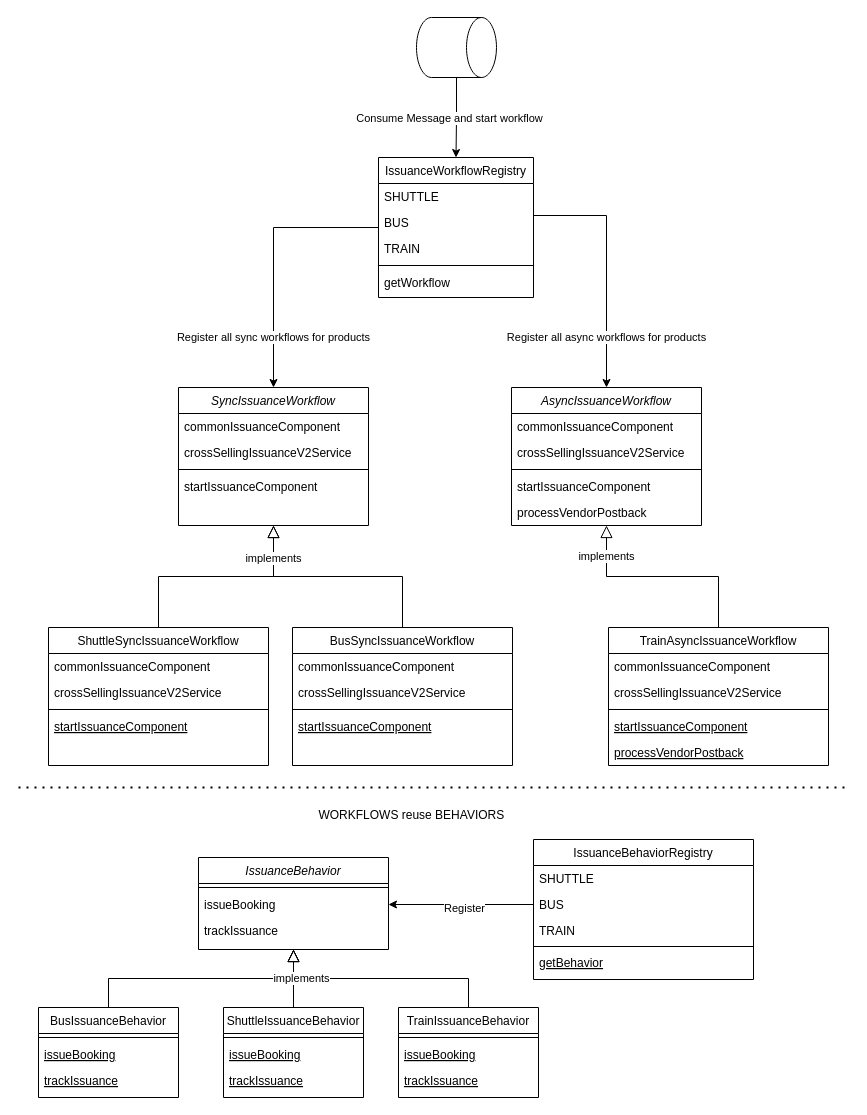
Before: gtr multi-product.drawio in geekyme/architecture, a draw.io diagram. Source tidied: cells renumbered, new cells numbered last; positions are measured from the earlier drawing's top-left corner, leaving out a move shared by most shapes. Both pictures are drawn from the tidied source at 100%, with x=0, y=0 at pixel (18, 7).
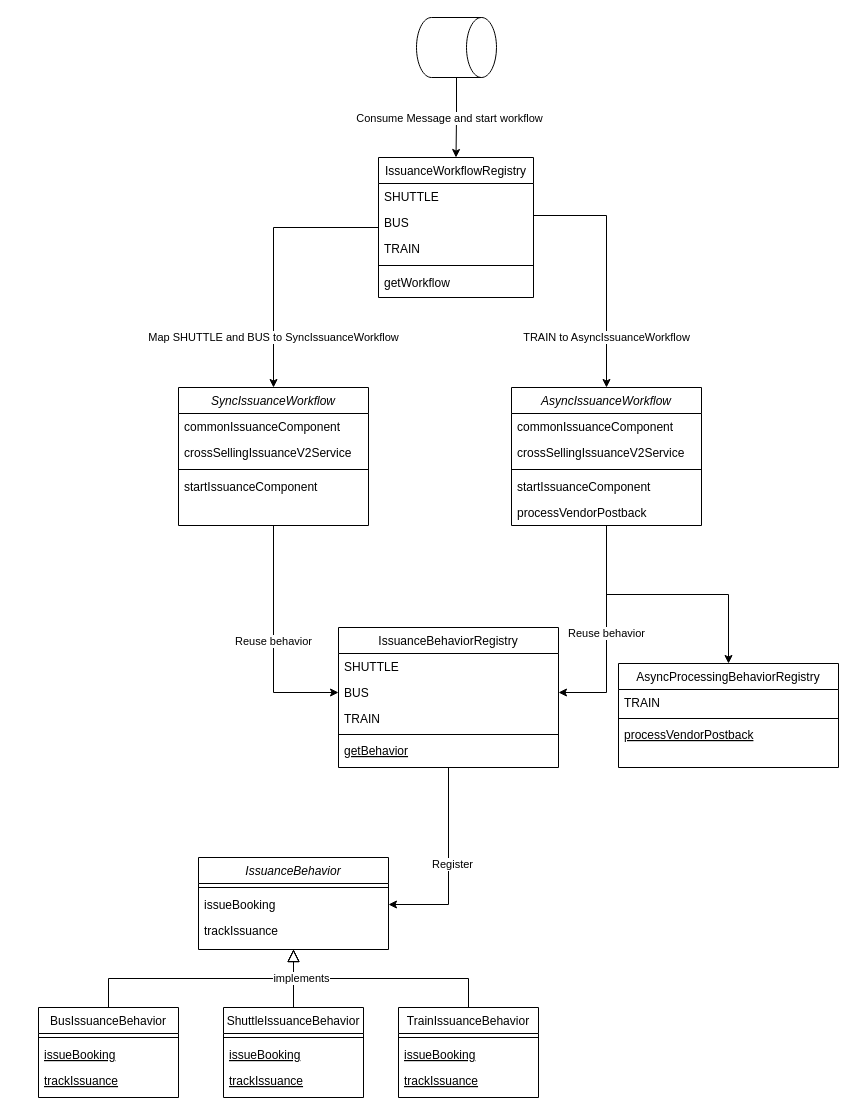
After the change.

The change refers to these unchanged cells:
```xml
<mxCell id="6" value="SyncIssuanceWorkflow" style="swimlane;fontStyle=2;align=center;verticalAlign=top;horizontal=1;startSize=26;rounded=0;shadow=0;strokeWidth=1;" parent="1" vertex="1">
  <mxGeometry x="160" y="380" width="190" height="138" as="geometry" />
</mxCell>
<mxCell id="24" value="AsyncIssuanceWorkflow" style="swimlane;fontStyle=2;align=center;verticalAlign=top;horizontal=1;startSize=26;rounded=0;shadow=0;strokeWidth=1;" parent="1" vertex="1">
  <mxGeometry x="493" y="380" width="190" height="138" as="geometry" />
</mxCell>
<mxCell id="36" value="IssuanceWorkflowRegistry" style="swimlane;fontStyle=0;align=center;verticalAlign=top;horizontal=1;startSize=26;rounded=0;shadow=0;strokeWidth=1;" parent="1" vertex="1">
  <mxGeometry x="360" y="150" width="155" height="140" as="geometry" />
</mxCell>
<mxCell id="38" value="BUS" style="text;align=left;verticalAlign=top;spacingLeft=4;spacingRight=4;overflow=hidden;points=[[0,0.5],[1,0.5]];portConstraint=eastwest;rounded=0;shadow=0;html=0;" parent="36" vertex="1">
  <mxGeometry y="52" width="155" height="26" as="geometry" />
</mxCell>
<mxCell id="71" value="issueBooking" style="text;align=left;verticalAlign=top;spacingLeft=4;spacingRight=4;overflow=hidden;points=[[0,0.5],[1,0.5]];portConstraint=eastwest;" parent="69" vertex="1">
  <mxGeometry y="34" width="190" height="26" as="geometry" />
</mxCell>
```

The edit, as a diff of the source:
```diff
@@
-    <mxCell id="2" style="endArrow=block;endSize=10;endFill=0;shadow=0;strokeWidth=1;rounded=0;edgeStyle=orthogonalEdgeStyle;elbow=vertical;" parent="1" edge="1" source="11" target="6">
-      <mxGeometry relative="1" as="geometry" />
-    </mxCell>
-    <mxCell id="3" style="endArrow=block;endSize=10;endFill=0;shadow=0;strokeWidth=1;rounded=0;edgeStyle=elbowEdgeStyle;elbow=vertical;exitX=0.5;exitY=0;exitDx=0;exitDy=0;" parent="1" edge="1" source="16" target="6">
-      <mxGeometry relative="1" as="geometry" />
-    </mxCell>
-    <mxCell id="4" value="implements" style="edgeLabel;html=1;align=center;verticalAlign=middle;" parent="3" vertex="1">
-      <mxGeometry x="0.72" y="1" relative="1" as="geometry" />
-    </mxCell>
-    <mxCell id="5" value="Register all sync workflows for products" style="edgeStyle=orthogonalEdgeStyle;rounded=0;jettySize=auto;html=1;entryX=0.5;entryY=0;entryDx=0;entryDy=0;" parent="1" edge="1" source="36" target="6">
+    <mxCell id="5" value="Map SHUTTLE and BUS to SyncIssuanceWorkflow" style="edgeStyle=orthogonalEdgeStyle;rounded=0;jettySize=auto;html=1;entryX=0.5;entryY=0;entryDx=0;entryDy=0;" parent="1" edge="1" source="36" target="6">
       <mxGeometry x="0.62" relative="1" as="geometry" />
     </mxCell>
+    <mxCell id="75" value="Reuse behavior" style="edgeStyle=orthogonalEdgeStyle;rounded=0;jettySize=auto;html=1;entryX=0;entryY=0.5;entryDx=0;entryDy=0;endArrow=classic;endFill=1;" parent="1" edge="1" source="6" target="61">
+      <mxGeometry relative="1" as="geometry" />
+    </mxCell>
@@
-    <mxCell id="11" value="ShuttleSyncIssuanceWorkflow" style="swimlane;fontStyle=0;align=center;verticalAlign=top;horizontal=1;startSize=26;rounded=0;shadow=0;strokeWidth=1;" parent="1" vertex="1">
-      <mxGeometry x="30" y="620" width="220" height="138" as="geometry" />
-    </mxCell>
-    <mxCell id="12" value="commonIssuanceComponent" style="text;align=left;verticalAlign=top;spacingLeft=4;spacingRight=4;overflow=hidden;" parent="11" vertex="1">
-      <mxGeometry y="26" width="220" height="26" as="geometry" />
-    </mxCell>
-    <mxCell id="13" value="crossSellingIssuanceV2Service" style="text;align=left;verticalAlign=top;spacingLeft=4;spacingRight=4;overflow=hidden;rounded=0;shadow=0;html=0;" parent="11" vertex="1">
-      <mxGeometry y="52" width="220" height="26" as="geometry" />
-    </mxCell>
-    <mxCell id="14" style="line;html=1;strokeWidth=1;align=left;verticalAlign=middle;spacingTop=-1;spacingLeft=3;spacingRight=3;labelPosition=right;" parent="11" vertex="1">
-      <mxGeometry y="78" width="220" height="8" as="geometry" />
-    </mxCell>
-    <mxCell id="15" value="startIssuanceComponent" style="text;align=left;verticalAlign=top;spacingLeft=4;spacingRight=4;overflow=hidden;fontStyle=4;" parent="11" vertex="1">
-      <mxGeometry y="86" width="220" height="26" as="geometry" />
-    </mxCell>
-    <mxCell id="16" value="BusSyncIssuanceWorkflow" style="swimlane;fontStyle=0;align=center;verticalAlign=top;horizontal=1;startSize=26;rounded=0;shadow=0;strokeWidth=1;" parent="1" vertex="1">
-      <mxGeometry x="274" y="620" width="220" height="138" as="geometry" />
-    </mxCell>
-    <mxCell id="17" value="commonIssuanceComponent" style="text;align=left;verticalAlign=top;spacingLeft=4;spacingRight=4;overflow=hidden;" parent="16" vertex="1">
-      <mxGeometry y="26" width="220" height="26" as="geometry" />
-    </mxCell>
-    <mxCell id="18" value="crossSellingIssuanceV2Service" style="text;align=left;verticalAlign=top;spacingLeft=4;spacingRight=4;overflow=hidden;rounded=0;shadow=0;html=0;" parent="16" vertex="1">
-      <mxGeometry y="52" width="220" height="26" as="geometry" />
-    </mxCell>
-    <mxCell id="19" style="line;html=1;strokeWidth=1;align=left;verticalAlign=middle;spacingTop=-1;spacingLeft=3;spacingRight=3;labelPosition=right;" parent="16" vertex="1">
-      <mxGeometry y="78" width="220" height="8" as="geometry" />
-    </mxCell>
-    <mxCell id="20" value="startIssuanceComponent" style="text;align=left;verticalAlign=top;spacingLeft=4;spacingRight=4;overflow=hidden;fontStyle=4;" parent="16" vertex="1">
-      <mxGeometry y="86" width="220" height="26" as="geometry" />
-    </mxCell>
-    <mxCell id="21" style="endArrow=block;endSize=10;endFill=0;shadow=0;strokeWidth=1;rounded=0;edgeStyle=elbowEdgeStyle;elbow=vertical;exitX=0.5;exitY=0;exitDx=0;exitDy=0;" parent="1" edge="1" source="30" target="24">
-      <mxGeometry relative="1" as="geometry" />
-    </mxCell>
-    <mxCell id="22" value="implements" style="edgeLabel;html=1;align=center;verticalAlign=middle;" parent="21" vertex="1">
-      <mxGeometry x="0.72" y="1" relative="1" as="geometry" />
-    </mxCell>
-    <mxCell id="23" value="Register all async workflows for products" style="edgeStyle=orthogonalEdgeStyle;rounded=0;jettySize=auto;html=1;entryX=0.5;entryY=0;entryDx=0;entryDy=0;exitX=1;exitY=0.231;exitDx=0;exitDy=0;exitPerimeter=0;" parent="1" edge="1" source="38" target="24">
+    <mxCell id="23" value="TRAIN to AsyncIssuanceWorkflow" style="edgeStyle=orthogonalEdgeStyle;rounded=0;jettySize=auto;html=1;entryX=0.5;entryY=0;entryDx=0;entryDy=0;exitX=1;exitY=0.231;exitDx=0;exitDy=0;exitPerimeter=0;" parent="1" edge="1" source="38" target="24">
       <mxGeometry x="0.59" relative="1" as="geometry" />
     </mxCell>
+    <mxCell id="76" value="Reuse behavior" style="edgeStyle=orthogonalEdgeStyle;rounded=0;jettySize=auto;html=1;entryX=1;entryY=0.5;entryDx=0;entryDy=0;endArrow=classic;endFill=1;" parent="1" edge="1" source="24" target="61">
+      <mxGeometry relative="1" as="geometry" />
+    </mxCell>
+    <mxCell id="77" style="edgeStyle=orthogonalEdgeStyle;rounded=0;jettySize=auto;html=1;entryX=0.5;entryY=0;entryDx=0;entryDy=0;endArrow=classic;endFill=1;" parent="1" edge="1" source="24" target="78">
+      <mxGeometry relative="1" as="geometry" />
+    </mxCell>
@@
-    <mxCell id="30" value="TrainAsyncIssuanceWorkflow" style="swimlane;fontStyle=0;align=center;verticalAlign=top;horizontal=1;startSize=26;rounded=0;shadow=0;strokeWidth=1;" parent="1" vertex="1">
-      <mxGeometry x="590" y="620" width="220" height="138" as="geometry" />
-    </mxCell>
-    <mxCell id="31" value="commonIssuanceComponent" style="text;align=left;verticalAlign=top;spacingLeft=4;spacingRight=4;overflow=hidden;" parent="30" vertex="1">
-      <mxGeometry y="26" width="220" height="26" as="geometry" />
-    </mxCell>
-    <mxCell id="32" value="crossSellingIssuanceV2Service" style="text;align=left;verticalAlign=top;spacingLeft=4;spacingRight=4;overflow=hidden;rounded=0;shadow=0;html=0;" parent="30" vertex="1">
-      <mxGeometry y="52" width="220" height="26" as="geometry" />
-    </mxCell>
-    <mxCell id="33" style="line;html=1;strokeWidth=1;align=left;verticalAlign=middle;spacingTop=-1;spacingLeft=3;spacingRight=3;labelPosition=right;" parent="30" vertex="1">
-      <mxGeometry y="78" width="220" height="8" as="geometry" />
-    </mxCell>
-    <mxCell id="34" value="startIssuanceComponent" style="text;align=left;verticalAlign=top;spacingLeft=4;spacingRight=4;overflow=hidden;fontStyle=4;" parent="30" vertex="1">
-      <mxGeometry y="86" width="220" height="26" as="geometry" />
-    </mxCell>
-    <mxCell id="35" value="processVendorPostback" style="text;align=left;verticalAlign=top;spacingLeft=4;spacingRight=4;overflow=hidden;fontStyle=4;" parent="30" vertex="1">
-      <mxGeometry y="112" width="220" height="26" as="geometry" />
-    </mxCell>
@@
-    <mxCell id="45" style="edgeStyle=orthogonalEdgeStyle;rounded=0;jettySize=auto;html=1;exitX=0;exitY=0.5;exitDx=0;exitDy=0;entryX=1;entryY=0.5;entryDx=0;entryDy=0;" parent="1" edge="1" source="61" target="71">
+    <mxCell id="45" style="edgeStyle=orthogonalEdgeStyle;rounded=0;jettySize=auto;html=1;exitX=0.5;exitY=1;exitDx=0;exitDy=0;entryX=1;entryY=0.5;entryDx=0;entryDy=0;" parent="1" edge="1" source="59" target="71">
       <mxGeometry relative="1" as="geometry" />
     </mxCell>
@@
-    <mxCell id="59" value="IssuanceBehaviorRegistry" style="swimlane;fontStyle=0;align=center;verticalAlign=top;horizontal=1;startSize=26;rounded=0;shadow=0;strokeWidth=1;" parent="1" vertex="1">
-      <mxGeometry x="515" y="832" width="220" height="140" as="geometry" />
-    </mxCell>
-    <mxCell id="60" value="SHUTTLE" style="text;align=left;verticalAlign=top;spacingLeft=4;spacingRight=4;overflow=hidden;" parent="59" vertex="1">
-      <mxGeometry y="26" width="220" height="26" as="geometry" />
-    </mxCell>
-    <mxCell id="61" value="BUS" style="text;align=left;verticalAlign=top;spacingLeft=4;spacingRight=4;overflow=hidden;points=[[0,0.5],[1,0.5]];portConstraint=eastwest;rounded=0;shadow=0;html=0;" parent="59" vertex="1">
-      <mxGeometry y="52" width="220" height="26" as="geometry" />
-    </mxCell>
-    <mxCell id="62" value="TRAIN" style="text;align=left;verticalAlign=top;spacingLeft=4;spacingRight=4;overflow=hidden;rounded=0;shadow=0;html=0;" parent="59" vertex="1">
-      <mxGeometry y="78" width="220" height="26" as="geometry" />
-    </mxCell>
-    <mxCell id="63" style="line;html=1;strokeWidth=1;align=left;verticalAlign=middle;spacingTop=-1;spacingLeft=3;spacingRight=3;labelPosition=right;" parent="59" vertex="1">
-      <mxGeometry y="104" width="220" height="6" as="geometry" />
-    </mxCell>
-    <mxCell id="64" value="getBehavior" style="text;align=left;verticalAlign=top;spacingLeft=4;spacingRight=4;overflow=hidden;fontStyle=4;" parent="59" vertex="1">
-      <mxGeometry y="110" width="220" height="26" as="geometry" />
-    </mxCell>
@@
-    <mxCell id="73" value="WORKFLOWS reuse BEHAVIORS&amp;nbsp;" style="text;html=1;strokeColor=none;fillColor=none;align=center;verticalAlign=middle;whiteSpace=wrap;rounded=0;" parent="1" vertex="1">
-      <mxGeometry x="190" y="798" width="410" height="20" as="geometry" />
-    </mxCell>
-    <mxCell id="74" style="endArrow=none;dashed=1;html=1;dashPattern=1 3;strokeWidth=2;" parent="1" edge="1">
-      <mxGeometry relative="1" as="geometry">
-        <mxPoint y="780" as="sourcePoint" />
-        <mxPoint x="830" y="780" as="targetPoint" />
-      </mxGeometry>
-    </mxCell>
+    <mxCell id="59" value="IssuanceBehaviorRegistry" style="swimlane;fontStyle=0;align=center;verticalAlign=top;horizontal=1;startSize=26;rounded=0;shadow=0;strokeWidth=1;" parent="1" vertex="1">
+      <mxGeometry x="320" y="620" width="220" height="140" as="geometry" />
+    </mxCell>
+    <mxCell id="60" value="SHUTTLE" style="text;align=left;verticalAlign=top;spacingLeft=4;spacingRight=4;overflow=hidden;" parent="59" vertex="1">
+      <mxGeometry y="26" width="220" height="26" as="geometry" />
+    </mxCell>
+    <mxCell id="61" value="BUS" style="text;align=left;verticalAlign=top;spacingLeft=4;spacingRight=4;overflow=hidden;points=[[0,0.5],[1,0.5]];portConstraint=eastwest;rounded=0;shadow=0;html=0;" parent="59" vertex="1">
+      <mxGeometry y="52" width="220" height="26" as="geometry" />
+    </mxCell>
+    <mxCell id="62" value="TRAIN" style="text;align=left;verticalAlign=top;spacingLeft=4;spacingRight=4;overflow=hidden;rounded=0;shadow=0;html=0;" parent="59" vertex="1">
+      <mxGeometry y="78" width="220" height="26" as="geometry" />
+    </mxCell>
+    <mxCell id="63" style="line;html=1;strokeWidth=1;align=left;verticalAlign=middle;spacingTop=-1;spacingLeft=3;spacingRight=3;labelPosition=right;" parent="59" vertex="1">
+      <mxGeometry y="104" width="220" height="6" as="geometry" />
+    </mxCell>
+    <mxCell id="64" value="getBehavior" style="text;align=left;verticalAlign=top;spacingLeft=4;spacingRight=4;overflow=hidden;fontStyle=4;" parent="59" vertex="1">
+      <mxGeometry y="110" width="220" height="26" as="geometry" />
+    </mxCell>
+    <mxCell id="78" value="AsyncProcessingBehaviorRegistry" style="swimlane;fontStyle=0;align=center;verticalAlign=top;horizontal=1;startSize=26;rounded=0;shadow=0;strokeWidth=1;" parent="1" vertex="1">
+      <mxGeometry x="600" y="656" width="220" height="104" as="geometry" />
+    </mxCell>
+    <mxCell id="79" value="TRAIN" style="text;align=left;verticalAlign=top;spacingLeft=4;spacingRight=4;overflow=hidden;rounded=0;shadow=0;html=0;" parent="78" vertex="1">
+      <mxGeometry y="26" width="220" height="26" as="geometry" />
+    </mxCell>
+    <mxCell id="80" style="line;html=1;strokeWidth=1;align=left;verticalAlign=middle;spacingTop=-1;spacingLeft=3;spacingRight=3;labelPosition=right;" parent="78" vertex="1">
+      <mxGeometry y="52" width="220" height="6" as="geometry" />
+    </mxCell>
+    <mxCell id="35" value="processVendorPostback" style="text;align=left;verticalAlign=top;spacingLeft=4;spacingRight=4;overflow=hidden;fontStyle=4;" parent="78" vertex="1">
+      <mxGeometry y="58" width="220" height="26" as="geometry" />
+    </mxCell>
```
